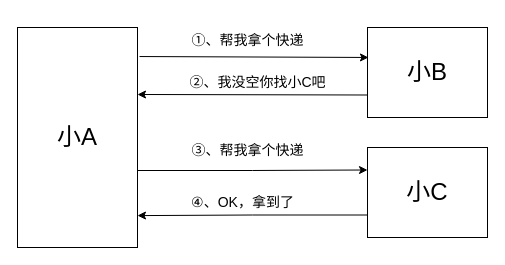
Above: javaweb-redirection.drawio in H52e5/drawio (draw.io), before the change. Source tidied: cells renumbered, new cells numbered last; positions are measured from the earlier drawing's top-left corner, leaving out a move shared by most shapes. Both pictures are drawn from the tidied source at 100%, with x=0, y=0 at pixel (17, 17).
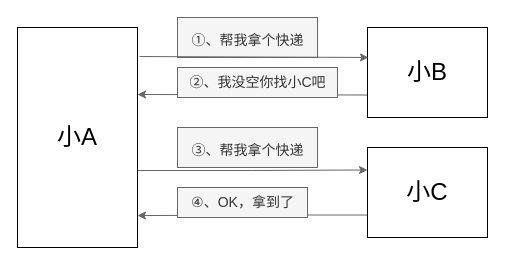
Above is the later version.

Change to the diagram source:
```diff
@@
 <mxGraphModel>
   <root>
     <mxCell id="0" />
     <mxCell id="1" parent="0" />
-    <mxCell id="2" style="edgeStyle=orthogonalEdgeStyle;rounded=0;jettySize=auto;html=1;exitX=1;exitY=0.75;exitDx=0;exitDy=0;entryX=0;entryY=0.25;entryDx=0;entryDy=0;fontSize=14;strokeColor=default;" parent="1" edge="1" source="3" target="10">
+    <mxCell id="2" style="edgeStyle=orthogonalEdgeStyle;rounded=0;jettySize=auto;html=1;exitX=1;exitY=0.75;exitDx=0;exitDy=0;entryX=0;entryY=0.25;entryDx=0;entryDy=0;fontSize=14;strokeColor=#666666;fillColor=#f5f5f5;" parent="1" edge="1" source="3" target="10">
       <mxGeometry relative="1" as="geometry">
         <Array as="points">
           <mxPoint x="120" y="153" />
           <mxPoint x="235" y="153" />
         </Array>
       </mxGeometry>
     </mxCell>
     <mxCell id="3" value="&lt;font style=&quot;font-size: 24px;&quot;&gt;小A&lt;/font&gt;" style="rounded=0;whiteSpace=wrap;html=1;" parent="1" vertex="1">
       <mxGeometry y="10" width="120" height="220" as="geometry" />
     </mxCell>
-    <mxCell id="4" style="edgeStyle=orthogonalEdgeStyle;rounded=0;jettySize=auto;html=1;exitX=0;exitY=0.75;exitDx=0;exitDy=0;fontSize=14;" parent="1" edge="1" source="5">
+    <mxCell id="4" style="edgeStyle=orthogonalEdgeStyle;rounded=0;jettySize=auto;html=1;exitX=0;exitY=0.75;exitDx=0;exitDy=0;fontSize=14;fillColor=#f5f5f5;strokeColor=#666666;" parent="1" edge="1" source="5">
       <mxGeometry relative="1" as="geometry">
         <mxPoint x="120" y="77" as="targetPoint" />
       </mxGeometry>
     </mxCell>
     <mxCell id="5" value="&lt;font style=&quot;font-size: 24px;&quot;&gt;小B&lt;/font&gt;" style="rounded=0;whiteSpace=wrap;html=1;fontSize=24;" parent="1" vertex="1">
       <mxGeometry x="350" y="10" width="120" height="90" as="geometry" />
     </mxCell>
-    <mxCell id="6" value="&lt;font style=&quot;font-size: 14px;&quot;&gt;①、帮我拿个快递&lt;/font&gt;" style="text;html=1;align=center;verticalAlign=middle;strokeColor=none;fillColor=none;fontSize=24;rounded=0;" parent="1" vertex="1">
+    <mxCell id="6" value="&lt;font style=&quot;font-size: 14px;&quot;&gt;①、帮我拿个快递&lt;/font&gt;" style="text;html=1;align=center;verticalAlign=middle;strokeColor=#666666;fillColor=#f5f5f5;fontSize=24;rounded=0;fontColor=#333333;" parent="1" vertex="1">
       <mxGeometry x="160" width="140" height="40" as="geometry" />
     </mxCell>
-    <mxCell id="7" value="②、我没空你找小C吧" style="text;html=1;align=center;verticalAlign=middle;strokeColor=none;fillColor=none;fontSize=14;rounded=0;" parent="1" vertex="1">
+    <mxCell id="7" value="②、我没空你找小C吧" style="text;html=1;align=center;verticalAlign=middle;strokeColor=#666666;fillColor=#f5f5f5;fontSize=14;rounded=0;fontColor=#333333;" parent="1" vertex="1">
       <mxGeometry x="160" y="50" width="160" height="30" as="geometry" />
     </mxCell>
-    <mxCell id="8" style="endArrow=classic;html=1;rounded=0;fontSize=14;exitX=1.017;exitY=0.132;exitDx=0;exitDy=0;exitPerimeter=0;entryX=0.008;entryY=0.333;entryDx=0;entryDy=0;entryPerimeter=0;" parent="1" edge="1" source="3" target="5">
+    <mxCell id="8" style="endArrow=classic;html=1;rounded=0;fontSize=14;exitX=1.017;exitY=0.132;exitDx=0;exitDy=0;exitPerimeter=0;entryX=0.008;entryY=0.333;entryDx=0;entryDy=0;entryPerimeter=0;fillColor=#f5f5f5;strokeColor=#666666;" parent="1" edge="1" source="3" target="5">
       <mxGeometry relative="1" as="geometry" />
     </mxCell>
-    <mxCell id="9" style="edgeStyle=orthogonalEdgeStyle;rounded=0;jettySize=auto;html=1;exitX=0;exitY=0.75;exitDx=0;exitDy=0;entryX=1;entryY=0.855;entryDx=0;entryDy=0;entryPerimeter=0;fontSize=14;" parent="1" edge="1" source="10" target="3">
+    <mxCell id="9" style="edgeStyle=orthogonalEdgeStyle;rounded=0;jettySize=auto;html=1;exitX=0;exitY=0.75;exitDx=0;exitDy=0;entryX=1;entryY=0.855;entryDx=0;entryDy=0;entryPerimeter=0;fontSize=14;fillColor=#f5f5f5;strokeColor=#666666;" parent="1" edge="1" source="10" target="3">
       <mxGeometry relative="1" as="geometry" />
     </mxCell>
     <mxCell id="10" value="&lt;font style=&quot;font-size: 24px;&quot;&gt;小C&lt;/font&gt;" style="rounded=0;whiteSpace=wrap;html=1;fontSize=24;" parent="1" vertex="1">
       <mxGeometry x="350" y="130" width="120" height="90" as="geometry" />
     </mxCell>
-    <mxCell id="11" value="&lt;font style=&quot;font-size: 14px;&quot;&gt;③、帮我拿个快递&lt;/font&gt;" style="text;html=1;align=center;verticalAlign=middle;strokeColor=none;fillColor=none;fontSize=24;rounded=0;" parent="1" vertex="1">
+    <mxCell id="11" value="&lt;font style=&quot;font-size: 14px;&quot;&gt;③、帮我拿个快递&lt;/font&gt;" style="text;html=1;align=center;verticalAlign=middle;strokeColor=#666666;fillColor=#f5f5f5;fontSize=24;rounded=0;fontColor=#333333;" parent="1" vertex="1">
       <mxGeometry x="160" y="110" width="140" height="40" as="geometry" />
     </mxCell>
-    <mxCell id="12" value="④、OK，拿到了" style="text;html=1;align=center;verticalAlign=middle;strokeColor=none;fillColor=none;fontSize=14;rounded=0;" parent="1" vertex="1">
+    <mxCell id="12" value="④、OK，拿到了" style="text;html=1;align=center;verticalAlign=middle;strokeColor=#666666;fillColor=#f5f5f5;fontSize=14;rounded=0;fontColor=#333333;" parent="1" vertex="1">
       <mxGeometry x="160" y="170" width="130" height="30" as="geometry" />
     </mxCell>
   </root>
 </mxGraphModel>
```
